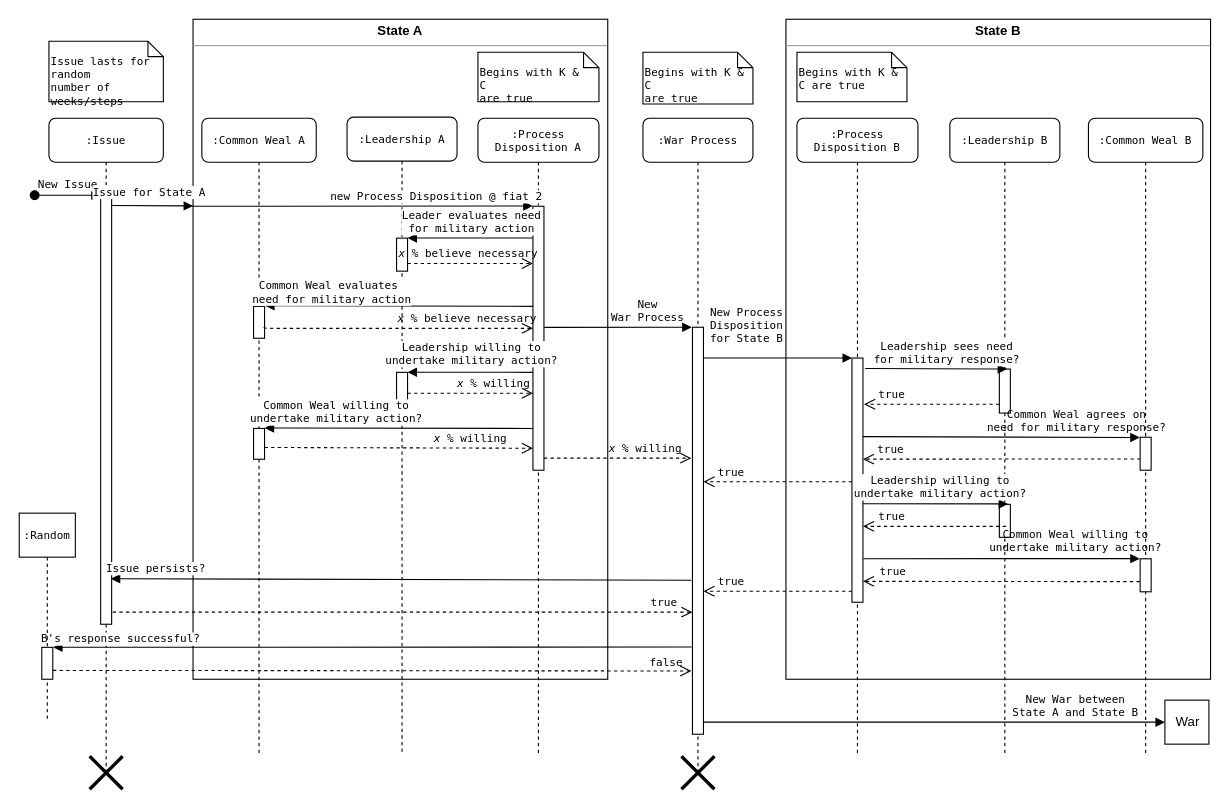
Above: documentation/warProcessUML.drawio in usuallycwdillon/george (draw.io), before the change. Source tidied: cells renumbered, new cells numbered last; positions are measured from the earlier drawing's top-left corner, leaving out a move shared by most shapes. Both pictures are drawn from the tidied source at 110%, with x=0, y=0 at pixel (-66, 19).
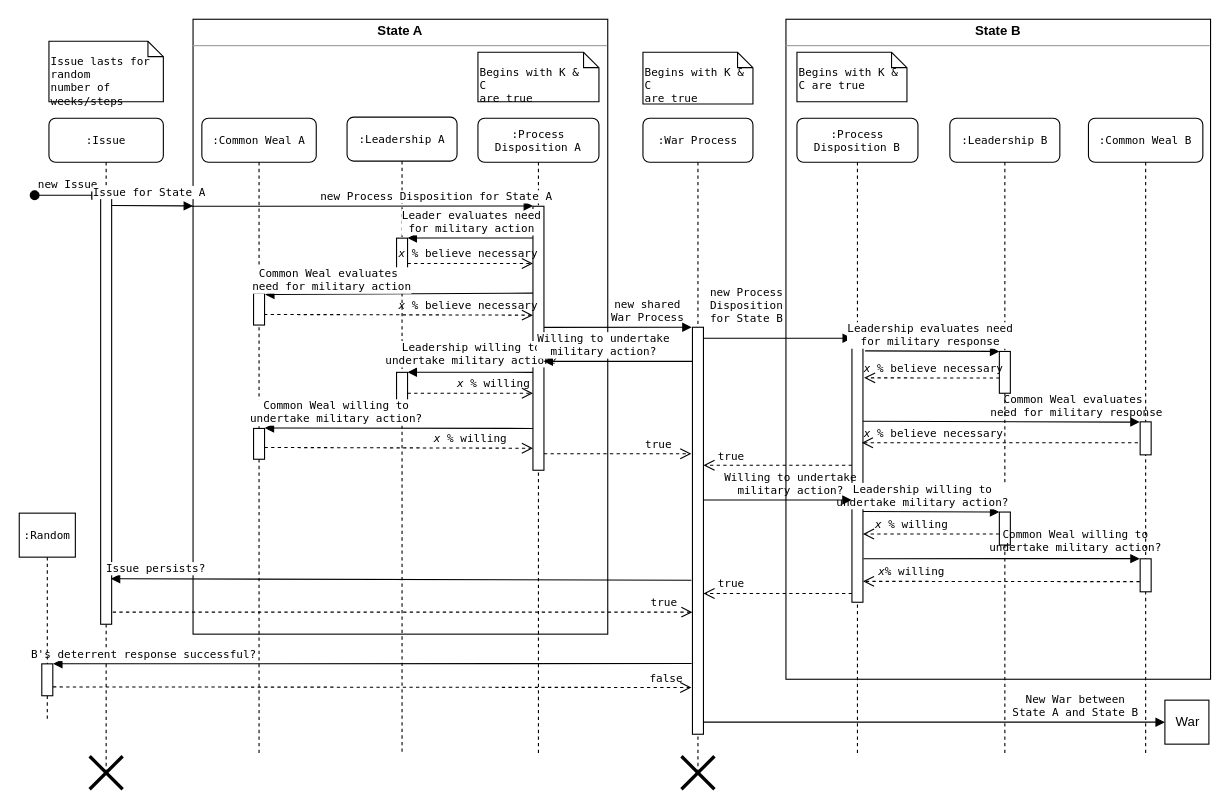
Above is the later version.

The change refers to these unchanged cells:
```xml
<mxCell id="5" style="html=1;points=[];perimeter=orthogonalPerimeter;rounded=0;shadow=0;comic=0;labelBackgroundColor=none;strokeColor=#000000;strokeWidth=1;fillColor=#FFFFFF;fontFamily=Lucida Console;fontSize=10;fontColor=#000000;align=center;" parent="4" vertex="1">
  <mxGeometry x="50" y="80" width="10" height="240" as="geometry" />
</mxCell>
<mxCell id="8" value=":Process Disposition B" style="shape=umlLifeline;perimeter=lifelinePerimeter;whiteSpace=wrap;html=1;rounded=1;shadow=0;comic=0;labelBackgroundColor=none;strokeColor=#000000;strokeWidth=1;fillColor=#FFFFFF;fontFamily=Lucida Console;fontSize=10;fontColor=#000000;align=center;" parent="1" vertex="1">
  <mxGeometry x="784" y="90" width="110" height="580" as="geometry" />
</mxCell>
<mxCell id="10" value=":Leadership B" style="shape=umlLifeline;perimeter=lifelinePerimeter;whiteSpace=wrap;html=1;rounded=1;shadow=0;comic=0;labelBackgroundColor=none;strokeColor=#000000;strokeWidth=1;fillColor=#FFFFFF;fontFamily=Lucida Console;fontSize=10;fontColor=#000000;align=center;" parent="1" vertex="1">
  <mxGeometry x="923" y="90" width="100" height="580" as="geometry" />
</mxCell>
<mxCell id="22" value=":Common Weal A" style="shape=umlLifeline;perimeter=lifelinePerimeter;whiteSpace=wrap;html=1;rounded=1;shadow=0;comic=0;labelBackgroundColor=none;strokeColor=#000000;strokeWidth=1;fillColor=#FFFFFF;fontFamily=Lucida Console;fontSize=10;fontColor=#000000;align=center;" parent="1" vertex="1">
  <mxGeometry x="243" y="90" width="104" height="580" as="geometry" />
</mxCell>
<mxCell id="25" value=":Common Weal B" style="shape=umlLifeline;perimeter=lifelinePerimeter;whiteSpace=wrap;html=1;rounded=1;shadow=0;comic=0;labelBackgroundColor=none;strokeColor=#000000;strokeWidth=1;fillColor=#FFFFFF;fontFamily=Lucida Console;fontSize=10;fontColor=#000000;align=center;" parent="1" vertex="1">
  <mxGeometry x="1049" y="90" width="104" height="580" as="geometry" />
</mxCell>
<mxCell id="27" style="html=1;points=[];perimeter=orthogonalPerimeter;rounded=0;shadow=0;comic=0;labelBackgroundColor=none;strokeColor=#000000;strokeWidth=1;fillColor=#FFFFFF;fontFamily=Lucida Console;fontSize=10;fontColor=#000000;align=center;" parent="25" vertex="1">
  <mxGeometry x="47" y="400.5" width="10" height="30" as="geometry" />
</mxCell>
<mxCell id="32" style="html=1;verticalAlign=bottom;startArrow=oval;startFill=1;endArrow=block;startSize=8;entryX=0.005;entryY=0;entryDx=0;entryDy=0;entryPerimeter=0;fontFamily=Lucida Console;fontSize=10;" parent="1" edge="1" target="29">
  <mxGeometry relative="1" as="geometry">
    <mxPoint x="91" y="160" as="sourcePoint" />
  </mxGeometry>
</mxCell>
<mxCell id="62" value=":Random" style="shape=umlLifeline;perimeter=lifelinePerimeter;whiteSpace=wrap;html=1;fontFamily=Lucida Console;fontSize=10;" parent="1" vertex="1">
  <mxGeometry x="77" y="449" width="51" height="187" as="geometry" />
</mxCell>
```

Change to the diagram source:
```diff
@@
     <mxCell id="3" value="&lt;p style=&quot;margin: 0px ; margin-top: 4px ; text-align: center&quot;&gt;&lt;b&gt;State A&lt;/b&gt;&lt;/p&gt;&lt;hr size=&quot;1&quot;&gt;&lt;div style=&quot;height: 2px&quot;&gt;&lt;/div&gt;" style="verticalAlign=top;align=left;overflow=fill;fontSize=12;fontFamily=Helvetica;html=1;" parent="1" vertex="1">
-      <mxGeometry x="235" width="377" height="600" as="geometry" />
+      <mxGeometry x="235" width="377" height="559" as="geometry" />
     </mxCell>
@@
     <mxCell id="9" style="html=1;points=[];perimeter=orthogonalPerimeter;rounded=0;shadow=0;comic=0;labelBackgroundColor=none;strokeColor=#000000;strokeWidth=1;fillColor=#FFFFFF;fontFamily=Lucida Console;fontSize=10;fontColor=#000000;align=center;" parent="8" vertex="1">
-      <mxGeometry x="50" y="218" width="10" height="222" as="geometry" />
+      <mxGeometry x="50" y="200" width="10" height="240" as="geometry" />
     </mxCell>
@@
     <mxCell id="11" style="html=1;points=[];perimeter=orthogonalPerimeter;rounded=0;shadow=0;comic=0;labelBackgroundColor=none;strokeColor=#000000;strokeWidth=1;fillColor=#FFFFFF;fontFamily=Lucida Console;fontSize=10;fontColor=#000000;align=center;" parent="10" vertex="1">
-      <mxGeometry x="45" y="228" width="10" height="40" as="geometry" />
+      <mxGeometry x="45" y="212" width="10" height="38" as="geometry" />
     </mxCell>
     <mxCell id="12" style="html=1;perimeter=orthogonalPerimeter;rounded=0;shadow=0;comic=0;labelBackgroundColor=none;strokeColor=#000000;strokeWidth=1;fillColor=#FFFFFF;fontFamily=Lucida Console;fontSize=10;fontColor=#000000;align=center;" parent="10" vertex="1">
-      <mxGeometry x="45" y="351" width="10" height="30" as="geometry" />
+      <mxGeometry x="45" y="358" width="10" height="30" as="geometry" />
     </mxCell>
@@
-    <mxCell id="17" value="New Process &lt;br&gt;Disposition &lt;br&gt;for State B" style="html=1;verticalAlign=bottom;endArrow=block;labelBackgroundColor=none;fontFamily=Lucida Console;fontSize=10;edgeStyle=elbowEdgeStyle;elbow=vertical;" parent="1" edge="1">
+    <mxCell id="17" value="new Process &lt;br&gt;Disposition &lt;br&gt;for State B" style="html=1;verticalAlign=bottom;endArrow=block;labelBackgroundColor=none;fontFamily=Lucida Console;fontSize=10;edgeStyle=elbowEdgeStyle;elbow=vertical;" parent="1" edge="1">
       <mxGeometry x="-0.04" y="28" relative="1" as="geometry">
-        <mxPoint x="699" y="308" as="sourcePoint" />
-        <mxPoint x="834" y="308" as="targetPoint" />
+        <mxPoint x="699" y="290" as="sourcePoint" />
+        <mxPoint x="834" y="290" as="targetPoint" />
         <Array as="points">
-          <mxPoint x="764" y="308" />
+          <mxPoint x="764" y="290" />
         </Array>
         <mxPoint x="-26" y="19" as="offset" />
       </mxGeometry>
     </mxCell>
-    <mxCell id="18" value="Common Weal agrees on &lt;br&gt;need for military response?" style="html=1;verticalAlign=bottom;endArrow=block;entryX=-0.038;entryY=0.008;labelBackgroundColor=none;fontFamily=Lucida Console;fontSize=10;entryDx=0;entryDy=0;entryPerimeter=0;" parent="1" edge="1" target="26">
+    <mxCell id="18" value="Common Weal evaluates&amp;nbsp;&lt;br&gt;need for military response" style="html=1;verticalAlign=bottom;endArrow=block;entryX=-0.038;entryY=0.008;labelBackgroundColor=none;fontFamily=Lucida Console;fontSize=10;entryDx=0;entryDy=0;entryPerimeter=0;" parent="1" edge="1" target="26">
       <mxGeometry x="0.54" relative="1" as="geometry">
-        <mxPoint x="844" y="379.4" as="sourcePoint" />
+        <mxPoint x="844" y="365.4" as="sourcePoint" />
       </mxGeometry>
     </mxCell>
@@
     <mxCell id="23" style="html=1;points=[];perimeter=orthogonalPerimeter;rounded=0;shadow=0;comic=0;labelBackgroundColor=none;strokeColor=#000000;strokeWidth=1;fillColor=#FFFFFF;fontFamily=Lucida Console;fontSize=10;fontColor=#000000;align=center;" parent="22" vertex="1">
-      <mxGeometry x="47" y="171" width="10" height="29" as="geometry" />
+      <mxGeometry x="47" y="159" width="10" height="29" as="geometry" />
     </mxCell>
@@
     <mxCell id="26" style="html=1;points=[];perimeter=orthogonalPerimeter;rounded=0;shadow=0;comic=0;labelBackgroundColor=none;strokeColor=#000000;strokeWidth=1;fillColor=#FFFFFF;fontFamily=Lucida Console;fontSize=10;fontColor=#000000;align=center;" parent="25" vertex="1">
-      <mxGeometry x="47" y="290" width="10" height="30" as="geometry" />
+      <mxGeometry x="47" y="276" width="10" height="30" as="geometry" />
     </mxCell>
@@
-    <mxCell id="33" value="&lt;font style=&quot;font-size: 10px;&quot;&gt;New Issue&lt;/font&gt;" style="text;html=1;align=center;verticalAlign=middle;labelBackgroundColor=#ffffff;fontFamily=Lucida Console;fontSize=10;" parent="32" vertex="1">
+    <mxCell id="33" value="&lt;font style=&quot;font-size: 10px&quot;&gt;new Issue&lt;/font&gt;" style="text;html=1;align=center;verticalAlign=middle;labelBackgroundColor=#ffffff;fontFamily=Lucida Console;fontSize=10;" parent="32" vertex="1">
       <mxGeometry x="-0.36" y="2" relative="1" as="geometry">
         <mxPoint x="10.5" y="-9" as="offset" />
       </mxGeometry>
     </mxCell>
@@
-    <mxCell id="35" style="html=1;verticalAlign=bottom;endArrow=block;fontFamily=Lucida Console;fontSize=10;entryX=1.053;entryY=-0.018;entryDx=0;entryDy=0;entryPerimeter=0;" parent="1" edge="1" target="23">
+    <mxCell id="35" style="html=1;verticalAlign=bottom;endArrow=block;fontFamily=Lucida Console;fontSize=10;entryX=1.046;entryY=0.042;entryDx=0;entryDy=0;entryPerimeter=0;" parent="1" edge="1" target="23">
       <mxGeometry relative="1" as="geometry">
-        <mxPoint x="544" y="261" as="sourcePoint" />
+        <mxPoint x="544" y="249" as="sourcePoint" />
       </mxGeometry>
     </mxCell>
@@
-    <mxCell id="37" value="&lt;i&gt;x&lt;/i&gt;&amp;nbsp;% believe necessary&amp;nbsp;" style="html=1;verticalAlign=bottom;endArrow=open;dashed=1;endSize=8;labelBackgroundColor=none;fontFamily=Lucida Console;fontSize=10;edgeStyle=elbowEdgeStyle;elbow=vertical;exitX=0.96;exitY=0.65;exitDx=0;exitDy=0;exitPerimeter=0;" parent="1" edge="1" source="23">
+    <mxCell id="37" value="&lt;i&gt;x&lt;/i&gt;&amp;nbsp;% believe necessary&amp;nbsp;" style="html=1;verticalAlign=bottom;endArrow=open;dashed=1;endSize=8;labelBackgroundColor=none;fontFamily=Lucida Console;fontSize=10;edgeStyle=elbowEdgeStyle;elbow=vertical;exitX=0.954;exitY=0.669;exitDx=0;exitDy=0;exitPerimeter=0;" parent="1" edge="1" source="23">
       <mxGeometry x="0.54" relative="1" as="geometry">
-        <mxPoint x="544" y="281" as="targetPoint" />
+        <mxPoint x="544" y="269" as="targetPoint" />
         <Array as="points">
-          <mxPoint x="484" y="281" />
-          <mxPoint x="449" y="322" />
+          <mxPoint x="484" y="269" />
+          <mxPoint x="449" y="310" />
         </Array>
       </mxGeometry>
     </mxCell>
-    <mxCell id="38" value="New &lt;br&gt;War Process" style="html=1;verticalAlign=bottom;endArrow=block;labelBackgroundColor=none;fontFamily=Lucida Console;fontSize=10;edgeStyle=elbowEdgeStyle;elbow=vertical;entryX=-0.1;entryY=0;entryDx=0;entryDy=0;entryPerimeter=0;" parent="1" edge="1">
+    <mxCell id="38" value="new shared&lt;br&gt;War Process" style="html=1;verticalAlign=bottom;endArrow=block;labelBackgroundColor=none;fontFamily=Lucida Console;fontSize=10;edgeStyle=elbowEdgeStyle;elbow=vertical;entryX=-0.1;entryY=0;entryDx=0;entryDy=0;entryPerimeter=0;" parent="1" edge="1">
       <mxGeometry x="0.4" relative="1" as="geometry">
         <mxPoint x="554" y="280.1" as="sourcePoint" />
         <mxPoint x="688.3" y="279.9" as="targetPoint" />
         <Array as="points">
           <mxPoint x="684" y="280" />
         </Array>
       </mxGeometry>
     </mxCell>
-    <mxCell id="39" value="Leadership sees need &lt;br&gt;for military response?" style="html=1;verticalAlign=bottom;endArrow=block;fontFamily=Lucida Console;fontSize=10;" parent="1" edge="1">
-      <mxGeometry x="0.15" relative="1" as="geometry">
-        <mxPoint x="846" y="317.5" as="sourcePoint" />
-        <mxPoint x="975" y="318" as="targetPoint" />
+    <mxCell id="39" value="Leadership evaluates need &lt;br&gt;for military response" style="html=1;verticalAlign=bottom;endArrow=block;fontFamily=Lucida Console;fontSize=10;" parent="1" edge="1">
+      <mxGeometry x="-0.04" relative="1" as="geometry">
+        <mxPoint x="846" y="301.5" as="sourcePoint" />
+        <mxPoint x="968" y="302" as="targetPoint" />
       </mxGeometry>
     </mxCell>
-    <mxCell id="40" value="true" style="html=1;verticalAlign=bottom;endArrow=open;dashed=1;endSize=8;labelBackgroundColor=none;fontFamily=Lucida Console;fontSize=10;exitX=-0.012;exitY=0.799;exitDx=0;exitDy=0;exitPerimeter=0;" parent="1" edge="1" source="11">
-      <mxGeometry x="0.59" relative="1" as="geometry">
-        <mxPoint x="845" y="350" as="targetPoint" />
+    <mxCell id="40" value="&lt;i&gt;x&lt;/i&gt;&amp;nbsp;% believe necessary" style="html=1;verticalAlign=bottom;endArrow=open;dashed=1;endSize=8;labelBackgroundColor=none;fontFamily=Lucida Console;fontSize=10;exitX=-0.012;exitY=0.799;exitDx=0;exitDy=0;exitPerimeter=0;" parent="1" edge="1">
+      <mxGeometry x="-0.02" relative="1" as="geometry">
+        <mxPoint x="968.2" y="326.2" as="sourcePoint" />
+        <mxPoint x="845" y="326" as="targetPoint" />
       </mxGeometry>
     </mxCell>
-    <mxCell id="41" value="true" style="html=1;verticalAlign=bottom;endArrow=open;dashed=1;endSize=8;labelBackgroundColor=none;fontFamily=Lucida Console;fontSize=10;entryX=1;entryY=0.414;entryDx=0;entryDy=0;entryPerimeter=0;exitX=0.027;exitY=0.658;exitDx=0;exitDy=0;exitPerimeter=0;" parent="1" edge="1" source="26" target="9">
-      <mxGeometry x="0.8" relative="1" as="geometry" />
+    <mxCell id="41" value="&lt;i&gt;x&lt;/i&gt;&amp;nbsp;% believe necessary" style="html=1;verticalAlign=bottom;endArrow=open;dashed=1;endSize=8;labelBackgroundColor=none;fontFamily=Lucida Console;fontSize=10;" parent="1" edge="1">
+      <mxGeometry x="0.48" relative="1" as="geometry">
+        <mxPoint x="1094" y="385" as="sourcePoint" />
+        <mxPoint x="843" y="385" as="targetPoint" />
+      </mxGeometry>
     </mxCell>
@@
-    <mxCell id="48" value="Leadership willing to &lt;br&gt;undertake military action?" style="html=1;verticalAlign=bottom;endArrow=block;fontFamily=Lucida Console;fontSize=10;entryX=-0.03;entryY=-0.01;entryDx=0;entryDy=0;entryPerimeter=0;" parent="1" edge="1">
-      <mxGeometry x="0.06" y="1" relative="1" as="geometry">
-        <mxPoint x="844" y="440.5" as="sourcePoint" />
-        <mxPoint x="975.9" y="440.6" as="targetPoint" />
+    <mxCell id="48" value="Leadership willing to &lt;br&gt;undertake military action?" style="html=1;verticalAlign=bottom;endArrow=block;fontFamily=Lucida Console;fontSize=10;" parent="1" edge="1">
+      <mxGeometry x="-0.13" relative="1" as="geometry">
+        <mxPoint x="844" y="447.5" as="sourcePoint" />
+        <mxPoint x="968" y="448" as="targetPoint" />
       </mxGeometry>
     </mxCell>
-    <mxCell id="49" value="true" style="html=1;verticalAlign=bottom;endArrow=open;dashed=1;endSize=8;labelBackgroundColor=none;fontFamily=Lucida Console;fontSize=10;" parent="1" edge="1">
-      <mxGeometry x="0.6" relative="1" as="geometry">
-        <mxPoint x="974" y="461" as="sourcePoint" />
-        <mxPoint x="844" y="461" as="targetPoint" />
+    <mxCell id="49" value="&lt;i&gt;x&lt;/i&gt; % willing" style="html=1;verticalAlign=bottom;endArrow=open;dashed=1;endSize=8;labelBackgroundColor=none;fontFamily=Lucida Console;fontSize=10;" parent="1" edge="1">
+      <mxGeometry x="0.29" relative="1" as="geometry">
+        <mxPoint x="968" y="468" as="sourcePoint" />
+        <mxPoint x="844" y="468" as="targetPoint" />
       </mxGeometry>
     </mxCell>
@@
-    <mxCell id="51" value="true" style="html=1;verticalAlign=bottom;endArrow=open;dashed=1;endSize=8;labelBackgroundColor=none;fontFamily=Lucida Console;fontSize=10;exitX=-0.038;exitY=0.693;exitDx=0;exitDy=0;exitPerimeter=0;" parent="1" edge="1" source="27">
-      <mxGeometry x="0.79" relative="1" as="geometry">
+    <mxCell id="51" value="&lt;i&gt;x&lt;/i&gt;% willing" style="html=1;verticalAlign=bottom;endArrow=open;dashed=1;endSize=8;labelBackgroundColor=none;fontFamily=Lucida Console;fontSize=10;exitX=-0.038;exitY=0.693;exitDx=0;exitDy=0;exitPerimeter=0;" parent="1" edge="1" source="27">
+      <mxGeometry x="0.65" relative="1" as="geometry">
         <mxPoint x="844" y="511" as="targetPoint" />
       </mxGeometry>
     </mxCell>
     <mxCell id="52" value="true" style="html=1;verticalAlign=bottom;endArrow=open;dashed=1;endSize=8;labelBackgroundColor=none;fontFamily=Lucida Console;fontSize=10;" parent="1" edge="1">
       <mxGeometry x="0.63" relative="1" as="geometry">
-        <mxPoint x="834" y="420.5" as="sourcePoint" />
-        <mxPoint x="699" y="420.5" as="targetPoint" />
+        <mxPoint x="834" y="405.5" as="sourcePoint" />
+        <mxPoint x="699" y="405.5" as="targetPoint" />
       </mxGeometry>
     </mxCell>
     <mxCell id="53" value="true" style="html=1;verticalAlign=bottom;endArrow=open;dashed=1;endSize=8;labelBackgroundColor=none;fontFamily=Lucida Console;fontSize=10;" parent="1" edge="1">
       <mxGeometry x="0.63" relative="1" as="geometry">
-        <mxPoint x="834" y="520" as="sourcePoint" />
-        <mxPoint x="699" y="520" as="targetPoint" />
+        <mxPoint x="834" y="522" as="sourcePoint" />
+        <mxPoint x="699" y="522" as="targetPoint" />
       </mxGeometry>
     </mxCell>
@@
     <mxCell id="58" style="html=1;verticalAlign=bottom;endArrow=block;fontFamily=Lucida Console;fontSize=10;exitX=-0.054;exitY=0.754;exitDx=0;exitDy=0;exitPerimeter=0;entryX=1.026;entryY=-0.002;entryDx=0;entryDy=0;entryPerimeter=0;" parent="1" edge="1" target="63">
       <mxGeometry relative="1" as="geometry">
-        <mxPoint x="688.3" y="570.7" as="sourcePoint" />
+        <mxPoint x="688.3" y="585.7" as="sourcePoint" />
       </mxGeometry>
     </mxCell>
-    <mxCell id="59" value="B's response successful?" style="text;html=1;align=center;verticalAlign=middle;labelBackgroundColor=#ffffff;fontSize=10;fontFamily=Lucida Console;" parent="58" vertex="1">
+    <mxCell id="59" value="B's deterrent response successful?" style="text;html=1;align=center;verticalAlign=middle;labelBackgroundColor=#ffffff;fontSize=10;fontFamily=Lucida Console;" parent="58" vertex="1">
       <mxGeometry x="0.78" y="1" relative="1" as="geometry">
-        <mxPoint x="-3" y="-9.5" as="offset" />
+        <mxPoint x="18" y="-10" as="offset" />
       </mxGeometry>
     </mxCell>
     <mxCell id="60" value="false" style="html=1;verticalAlign=bottom;endArrow=open;dashed=1;endSize=8;labelBackgroundColor=none;fontFamily=Lucida Console;fontSize=10;edgeStyle=elbowEdgeStyle;elbow=vertical;exitX=1.02;exitY=0.723;exitDx=0;exitDy=0;exitPerimeter=0;" parent="1" edge="1" source="63">
       <mxGeometry x="0.92" relative="1" as="geometry">
-        <mxPoint x="688" y="593" as="targetPoint" />
+        <mxPoint x="688" y="608" as="targetPoint" />
         <Array as="points">
-          <mxPoint x="0.5" y="592.5" />
-          <mxPoint x="189.5" y="561.5" />
-          <mxPoint x="164.5" y="642.5" />
+          <mxPoint x="0.5" y="607.5" />
+          <mxPoint x="189.5" y="576.5" />
+          <mxPoint x="164.5" y="657.5" />
         </Array>
       </mxGeometry>
     </mxCell>
@@
     <mxCell id="63" style="html=1;points=[];perimeter=orthogonalPerimeter;rounded=0;shadow=0;comic=0;labelBackgroundColor=none;strokeColor=#000000;strokeWidth=1;fillColor=#FFFFFF;fontFamily=Lucida Console;fontSize=10;fontColor=#000000;align=center;" parent="62" vertex="1">
-      <mxGeometry x="20.5" y="122" width="10" height="29" as="geometry" />
+      <mxGeometry x="20.5" y="137" width="10" height="29" as="geometry" />
     </mxCell>
@@
-    <mxCell id="66" value="&lt;font style=&quot;font-size: 10px&quot;&gt;new Process Disposition @ fiat 2&amp;nbsp;&lt;/font&gt;" style="html=1;verticalAlign=bottom;endArrow=block;fontFamily=Lucida Console;fontSize=10;entryX=0.819;entryY=0.283;entryDx=0;entryDy=0;entryPerimeter=0;" parent="1" edge="1" target="3">
+    <mxCell id="66" value="&lt;font style=&quot;font-size: 10px&quot;&gt;new Process Disposition for State A&amp;nbsp;&lt;/font&gt;" style="html=1;verticalAlign=bottom;endArrow=block;fontFamily=Lucida Console;fontSize=10;entryX=0.011;entryY=-0.001;entryDx=0;entryDy=0;entryPerimeter=0;" parent="1" edge="1" target="5">
       <mxGeometry x="0.45" relative="1" as="geometry">
         <mxPoint x="234" y="170" as="sourcePoint" />
       </mxGeometry>
     </mxCell>
-    <mxCell id="67" value="&lt;i&gt;x&lt;/i&gt; % willing" style="html=1;verticalAlign=bottom;endArrow=open;dashed=1;endSize=8;labelBackgroundColor=none;fontFamily=Lucida Console;fontSize=10;edgeStyle=elbowEdgeStyle;elbow=vertical;" parent="1" edge="1">
-      <mxGeometry x="0.37" relative="1" as="geometry">
-        <mxPoint x="554" y="399" as="sourcePoint" />
-        <mxPoint x="688" y="399" as="targetPoint" />
+    <mxCell id="67" value="true" style="html=1;verticalAlign=bottom;endArrow=open;dashed=1;endSize=8;labelBackgroundColor=none;fontFamily=Lucida Console;fontSize=10;edgeStyle=elbowEdgeStyle;elbow=vertical;" parent="1" edge="1">
+      <mxGeometry x="0.7" y="-10" relative="1" as="geometry">
+        <mxPoint x="554" y="395" as="sourcePoint" />
+        <mxPoint x="688" y="395" as="targetPoint" />
         <Array as="points">
-          <mxPoint x="668" y="399" />
-          <mxPoint x="716.5" y="481" />
+          <mxPoint x="668" y="395" />
+          <mxPoint x="716.5" y="477" />
         </Array>
+        <mxPoint x="-10" y="-10" as="offset" />
       </mxGeometry>
     </mxCell>
+    <mxCell id="68" value="&lt;font style=&quot;font-size: 10px&quot;&gt;Willing to undertake &lt;br&gt;military action?&lt;br&gt;&lt;/font&gt;" style="html=1;verticalAlign=bottom;endArrow=block;fontFamily=Lucida Console;fontSize=10;entryX=0.968;entryY=0.62;entryDx=0;entryDy=0;entryPerimeter=0;" parent="1" edge="1">
+      <mxGeometry x="0.2" relative="1" as="geometry">
+        <mxPoint x="689" y="311" as="sourcePoint" />
+        <mxPoint x="553.6" y="311" as="targetPoint" />
+      </mxGeometry>
+    </mxCell>
+    <mxCell id="69" value="Willing to undertake &lt;br&gt;military action?" style="html=1;verticalAlign=bottom;endArrow=block;labelBackgroundColor=none;fontFamily=Lucida Console;fontSize=10;edgeStyle=elbowEdgeStyle;elbow=vertical;entryX=-0.1;entryY=0;entryDx=0;entryDy=0;entryPerimeter=0;" parent="1" edge="1">
+      <mxGeometry x="0.17" relative="1" as="geometry">
+        <mxPoint x="699.5" y="437.1" as="sourcePoint" />
+        <mxPoint x="833.8" y="436.9" as="targetPoint" />
+        <Array as="points">
+          <mxPoint x="829.5" y="437" />
+        </Array>
+      </mxGeometry>
+    </mxCell>
```
